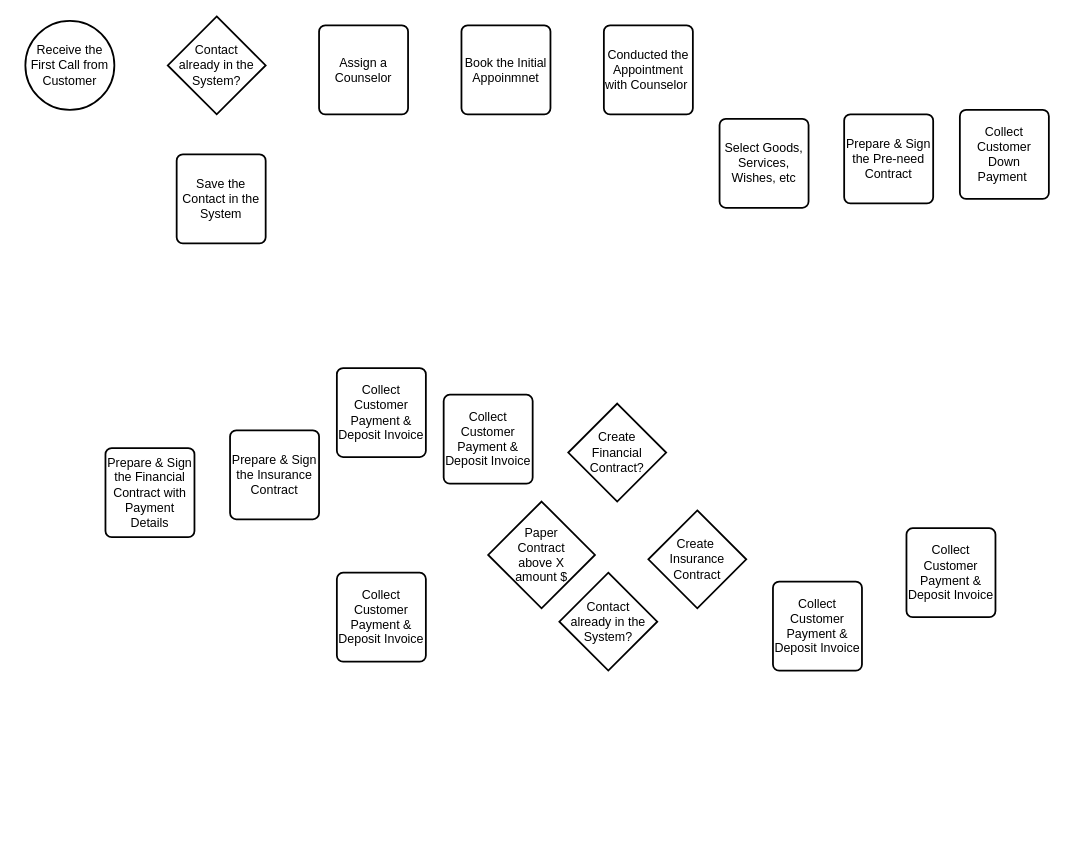
Before: Untitled Diagram.drawio in Buddhika-Pathirathna/DiagramsRepo, a draw.io diagram. Source tidied: cells renumbered, new cells numbered last; positions are measured from the earlier drawing's top-left corner, leaving out a move shared by most shapes. Both pictures are drawn from the tidied source at 89%, with x=0, y=0 at pixel (25, 16).
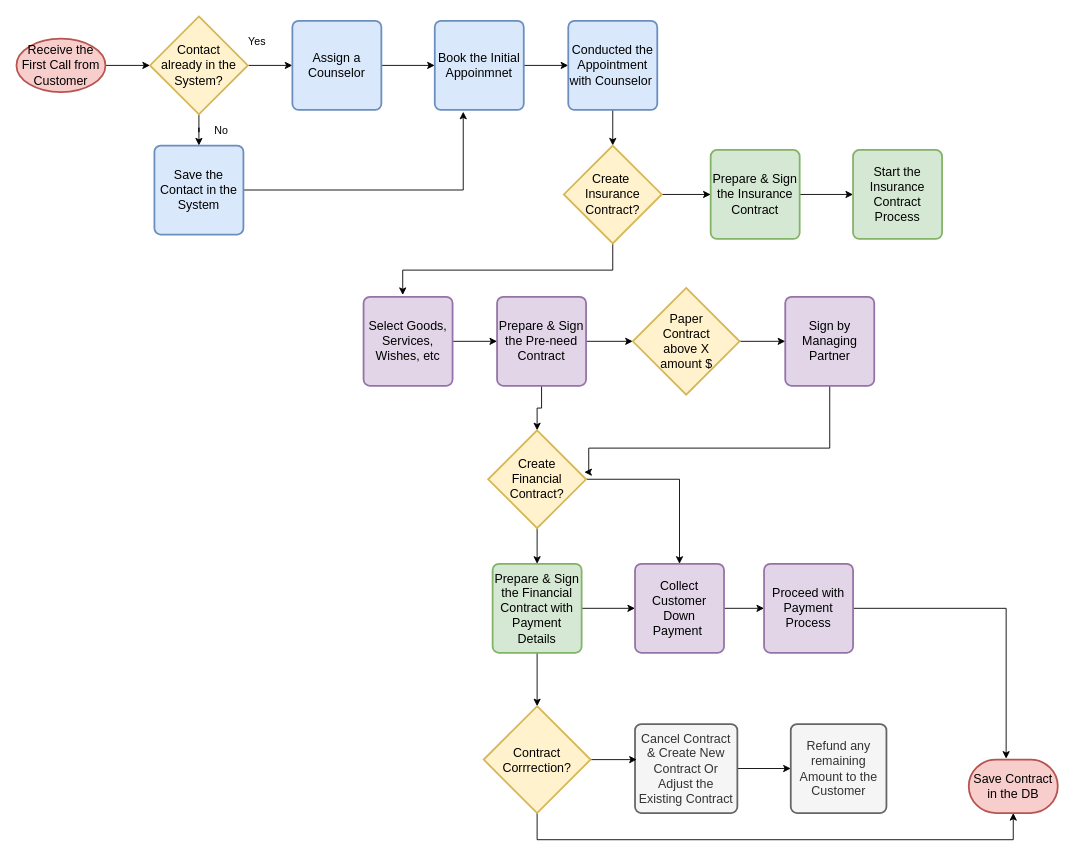
The same diagram, later.

Change to the diagram source:
```diff
@@
+    <mxCell id="22" style="edgeStyle=orthogonalEdgeStyle;rounded=0;jettySize=auto;html=1;exitX=1;exitY=0.5;exitDx=0;exitDy=0;exitPerimeter=0;entryX=0;entryY=0.5;entryDx=0;entryDy=0;" parent="1" edge="1" source="2" target="4">
+      <mxGeometry relative="1" as="geometry" />
+    </mxCell>
+    <mxCell id="23" style="edgeStyle=orthogonalEdgeStyle;rounded=0;jettySize=auto;html=1;exitX=0.5;exitY=1;exitDx=0;exitDy=0;exitPerimeter=0;" parent="1" edge="1" source="2" target="3">
+      <mxGeometry relative="1" as="geometry" />
+    </mxCell>
-    <mxCell id="2" value="&lt;font style=&quot;font-size: 14px;&quot;&gt;Contact &lt;br&gt;already in the System?&lt;/font&gt;" style="strokeWidth=2;html=1;shape=mxgraph.flowchart.decision;whiteSpace=wrap;" parent="1" vertex="1">
-      <mxGeometry x="160" width="110" height="110" as="geometry" />
+    <mxCell id="2" value="&lt;font style=&quot;font-size: 14px;&quot;&gt;Contact &lt;br&gt;already in the System?&lt;/font&gt;" style="strokeWidth=2;html=1;shape=mxgraph.flowchart.decision;whiteSpace=wrap;fillColor=#fff2cc;strokeColor=#d6b656;" parent="1" vertex="1">
+      <mxGeometry x="140" width="110" height="110" as="geometry" />
     </mxCell>
+    <mxCell id="24" style="edgeStyle=orthogonalEdgeStyle;rounded=0;jettySize=auto;html=1;exitX=1;exitY=0.5;exitDx=0;exitDy=0;entryX=0.32;entryY=1.02;entryDx=0;entryDy=0;entryPerimeter=0;" parent="1" edge="1" source="3" target="5">
+      <mxGeometry relative="1" as="geometry" />
+    </mxCell>
-    <mxCell id="3" value="&lt;font style=&quot;font-size: 14px;&quot;&gt;Save the Contact in the System&lt;/font&gt;" style="rounded=1;whiteSpace=wrap;html=1;absoluteArcSize=1;arcSize=14;strokeWidth=2;" parent="1" vertex="1">
-      <mxGeometry x="170" y="155" width="100" height="100" as="geometry" />
+    <mxCell id="3" value="&lt;font style=&quot;font-size: 14px;&quot;&gt;Save the Contact in the System&lt;/font&gt;" style="rounded=1;whiteSpace=wrap;html=1;absoluteArcSize=1;arcSize=14;strokeWidth=2;fillColor=#dae8fc;strokeColor=#6c8ebf;" parent="1" vertex="1">
+      <mxGeometry x="145" y="145" width="100" height="100" as="geometry" />
     </mxCell>
+    <mxCell id="25" style="edgeStyle=orthogonalEdgeStyle;rounded=0;jettySize=auto;html=1;exitX=1;exitY=0.5;exitDx=0;exitDy=0;entryX=0;entryY=0.5;entryDx=0;entryDy=0;" parent="1" edge="1" source="4" target="5">
+      <mxGeometry relative="1" as="geometry" />
+    </mxCell>
-    <mxCell id="4" value="&lt;font style=&quot;font-size: 14px;&quot;&gt;Assign a Counselor&lt;/font&gt;" style="rounded=1;whiteSpace=wrap;html=1;absoluteArcSize=1;arcSize=14;strokeWidth=2;" parent="1" vertex="1">
-      <mxGeometry x="330" y="10" width="100" height="100" as="geometry" />
+    <mxCell id="4" value="&lt;font style=&quot;font-size: 14px;&quot;&gt;Assign a Counselor&lt;/font&gt;" style="rounded=1;whiteSpace=wrap;html=1;absoluteArcSize=1;arcSize=14;strokeWidth=2;fillColor=#dae8fc;strokeColor=#6c8ebf;" parent="1" vertex="1">
+      <mxGeometry x="300" y="5" width="100" height="100" as="geometry" />
     </mxCell>
+    <mxCell id="26" style="edgeStyle=orthogonalEdgeStyle;rounded=0;jettySize=auto;html=1;exitX=1;exitY=0.5;exitDx=0;exitDy=0;entryX=0;entryY=0.5;entryDx=0;entryDy=0;" parent="1" edge="1" source="5" target="6">
+      <mxGeometry relative="1" as="geometry" />
+    </mxCell>
-    <mxCell id="5" value="&lt;font style=&quot;font-size: 14px;&quot;&gt;Book the Initial Appoinmnet&lt;/font&gt;" style="rounded=1;whiteSpace=wrap;html=1;absoluteArcSize=1;arcSize=14;strokeWidth=2;" parent="1" vertex="1">
-      <mxGeometry x="490" y="10" width="100" height="100" as="geometry" />
+    <mxCell id="5" value="&lt;font style=&quot;font-size: 14px;&quot;&gt;Book the Initial Appoinmnet&lt;/font&gt;" style="rounded=1;whiteSpace=wrap;html=1;absoluteArcSize=1;arcSize=14;strokeWidth=2;fillColor=#dae8fc;strokeColor=#6c8ebf;" parent="1" vertex="1">
+      <mxGeometry x="460" y="5" width="100" height="100" as="geometry" />
     </mxCell>
+    <mxCell id="27" style="edgeStyle=orthogonalEdgeStyle;rounded=0;jettySize=auto;html=1;exitX=0.5;exitY=1;exitDx=0;exitDy=0;entryX=0.5;entryY=0;entryDx=0;entryDy=0;entryPerimeter=0;" parent="1" edge="1" source="6" target="20">
+      <mxGeometry relative="1" as="geometry" />
+    </mxCell>
-    <mxCell id="6" value="&lt;font style=&quot;font-size: 14px;&quot;&gt;Conducted the Appointment with Counselor&amp;nbsp;&lt;/font&gt;" style="rounded=1;whiteSpace=wrap;html=1;absoluteArcSize=1;arcSize=14;strokeWidth=2;" parent="1" vertex="1">
-      <mxGeometry x="650" y="10" width="100" height="100" as="geometry" />
+    <mxCell id="6" value="&lt;font style=&quot;font-size: 14px;&quot;&gt;Conducted the Appointment with Counselor&amp;nbsp;&lt;/font&gt;" style="rounded=1;whiteSpace=wrap;html=1;absoluteArcSize=1;arcSize=14;strokeWidth=2;fillColor=#dae8fc;strokeColor=#6c8ebf;" parent="1" vertex="1">
+      <mxGeometry x="610" y="5" width="100" height="100" as="geometry" />
     </mxCell>
+    <mxCell id="28" style="edgeStyle=orthogonalEdgeStyle;rounded=0;jettySize=auto;html=1;exitX=1;exitY=0.5;exitDx=0;exitDy=0;" parent="1" edge="1" source="7" target="19">
+      <mxGeometry relative="1" as="geometry" />
+    </mxCell>
+    <mxCell id="29" style="edgeStyle=orthogonalEdgeStyle;rounded=0;jettySize=auto;html=1;exitX=0.5;exitY=1;exitDx=0;exitDy=0;entryX=0.5;entryY=0;entryDx=0;entryDy=0;entryPerimeter=0;" parent="1" edge="1" source="7" target="18">
+      <mxGeometry relative="1" as="geometry" />
+    </mxCell>
-    <mxCell id="7" value="&lt;font style=&quot;font-size: 14px;&quot;&gt;Prepare &amp;amp; Sign the Pre-need Contract&lt;/font&gt;" style="rounded=1;whiteSpace=wrap;html=1;absoluteArcSize=1;arcSize=14;strokeWidth=2;" parent="1" vertex="1">
-      <mxGeometry x="920" y="110" width="100" height="100" as="geometry" />
+    <mxCell id="7" value="&lt;font style=&quot;font-size: 14px;&quot;&gt;Prepare &amp;amp; Sign the Pre-need Contract&lt;/font&gt;" style="rounded=1;whiteSpace=wrap;html=1;absoluteArcSize=1;arcSize=14;strokeWidth=2;fillColor=#e1d5e7;strokeColor=#9673a6;" parent="1" vertex="1">
+      <mxGeometry x="530" y="315" width="100" height="100" as="geometry" />
     </mxCell>
+    <mxCell id="30" style="edgeStyle=orthogonalEdgeStyle;rounded=0;jettySize=auto;html=1;exitX=1;exitY=0.5;exitDx=0;exitDy=0;entryX=0;entryY=0.5;entryDx=0;entryDy=0;" parent="1" edge="1" source="9" target="7">
+      <mxGeometry relative="1" as="geometry" />
+    </mxCell>
+    <mxCell id="9" value="&lt;font style=&quot;font-size: 14px;&quot;&gt;Select Goods, Services, Wishes, etc&lt;/font&gt;" style="rounded=1;whiteSpace=wrap;html=1;absoluteArcSize=1;arcSize=14;strokeWidth=2;fillColor=#e1d5e7;strokeColor=#9673a6;" parent="1" vertex="1">
+      <mxGeometry x="380" y="315" width="100" height="100" as="geometry" />
+    </mxCell>
+    <mxCell id="31" style="edgeStyle=orthogonalEdgeStyle;rounded=0;jettySize=auto;html=1;exitX=1;exitY=0.5;exitDx=0;exitDy=0;entryX=0;entryY=0.5;entryDx=0;entryDy=0;" parent="1" edge="1" source="10" target="50">
+      <mxGeometry relative="1" as="geometry" />
+    </mxCell>
+    <mxCell id="10" value="&lt;font style=&quot;font-size: 14px;&quot;&gt;Collect Customer Down Payment&amp;nbsp;&lt;/font&gt;" style="rounded=1;whiteSpace=wrap;html=1;absoluteArcSize=1;arcSize=14;strokeWidth=2;fillColor=#e1d5e7;strokeColor=#9673a6;" parent="1" vertex="1">
+      <mxGeometry x="685" y="615" width="100" height="100" as="geometry" />
+    </mxCell>
+    <mxCell id="32" style="edgeStyle=orthogonalEdgeStyle;rounded=0;jettySize=auto;html=1;exitX=1;exitY=0.5;exitDx=0;exitDy=0;entryX=0;entryY=0.5;entryDx=0;entryDy=0;" parent="1" edge="1" source="11" target="10">
+      <mxGeometry relative="1" as="geometry" />
+    </mxCell>
+    <mxCell id="33" style="edgeStyle=orthogonalEdgeStyle;rounded=0;jettySize=auto;html=1;exitX=0.5;exitY=1;exitDx=0;exitDy=0;entryX=0.5;entryY=0;entryDx=0;entryDy=0;entryPerimeter=0;" parent="1" edge="1" source="11" target="44">
+      <mxGeometry relative="1" as="geometry" />
+    </mxCell>
+    <mxCell id="11" value="&lt;span style=&quot;font-size: 14px;&quot;&gt;Prepare &amp;amp; Sign the Financial Contract with Payment Details&lt;/span&gt;" style="rounded=1;whiteSpace=wrap;html=1;absoluteArcSize=1;arcSize=14;strokeWidth=2;fillColor=#d5e8d4;strokeColor=#82b366;" parent="1" vertex="1">
+      <mxGeometry x="525" y="615" width="100" height="100" as="geometry" />
+    </mxCell>
+    <mxCell id="34" style="edgeStyle=orthogonalEdgeStyle;rounded=0;jettySize=auto;html=1;exitX=1;exitY=0.5;exitDx=0;exitDy=0;entryX=0;entryY=0.5;entryDx=0;entryDy=0;" parent="1" edge="1" source="12" target="46">
+      <mxGeometry relative="1" as="geometry" />
+    </mxCell>
+    <mxCell id="12" value="&lt;font style=&quot;font-size: 14px;&quot;&gt;Prepare &amp;amp; Sign the Insurance Contract&lt;/font&gt;" style="rounded=1;whiteSpace=wrap;html=1;absoluteArcSize=1;arcSize=14;strokeWidth=2;fillColor=#d5e8d4;strokeColor=#82b366;" parent="1" vertex="1">
+      <mxGeometry x="770" y="150" width="100" height="100" as="geometry" />
+    </mxCell>
+    <mxCell id="35" style="edgeStyle=orthogonalEdgeStyle;rounded=0;jettySize=auto;html=1;exitX=1;exitY=0.5;exitDx=0;exitDy=0;entryX=0;entryY=0.5;entryDx=0;entryDy=0;" parent="1" edge="1" source="15" target="45">
+      <mxGeometry relative="1" as="geometry" />
+    </mxCell>
+    <mxCell id="15" value="&lt;font style=&quot;font-size: 14px;&quot;&gt;Cancel Contract &amp;amp; Create New Contract Or Adjust the Existing Contract&lt;/font&gt;" style="rounded=1;whiteSpace=wrap;html=1;absoluteArcSize=1;arcSize=14;strokeWidth=2;fillColor=#f5f5f5;fontColor=#333333;strokeColor=#666666;" parent="1" vertex="1">
+      <mxGeometry x="685" y="795" width="115" height="100" as="geometry" />
+    </mxCell>
+    <mxCell id="36" style="edgeStyle=orthogonalEdgeStyle;rounded=0;jettySize=auto;html=1;exitX=0.5;exitY=1;exitDx=0;exitDy=0;entryX=0.982;entryY=0.427;entryDx=0;entryDy=0;entryPerimeter=0;" parent="1" edge="1" source="16" target="18">
+      <mxGeometry relative="1" as="geometry">
+        <Array as="points">
+          <mxPoint x="904" y="485" />
+          <mxPoint x="633" y="485" />
+        </Array>
+      </mxGeometry>
+    </mxCell>
+    <mxCell id="16" value="&lt;font style=&quot;font-size: 14px;&quot;&gt;Sign by Managing Partner&lt;/font&gt;" style="rounded=1;whiteSpace=wrap;html=1;absoluteArcSize=1;arcSize=14;strokeWidth=2;fillColor=#e1d5e7;strokeColor=#9673a6;" parent="1" vertex="1">
+      <mxGeometry x="853.8" y="315" width="100" height="100" as="geometry" />
+    </mxCell>
+    <mxCell id="37" style="edgeStyle=orthogonalEdgeStyle;rounded=0;jettySize=auto;html=1;exitX=0.5;exitY=1;exitDx=0;exitDy=0;exitPerimeter=0;entryX=0.5;entryY=0;entryDx=0;entryDy=0;" parent="1" edge="1" source="18" target="11">
+      <mxGeometry relative="1" as="geometry" />
+    </mxCell>
+    <mxCell id="38" style="edgeStyle=orthogonalEdgeStyle;rounded=0;jettySize=auto;html=1;exitX=1;exitY=0.5;exitDx=0;exitDy=0;exitPerimeter=0;entryX=0.5;entryY=0;entryDx=0;entryDy=0;" parent="1" edge="1" source="18" target="10">
+      <mxGeometry relative="1" as="geometry" />
+    </mxCell>
+    <mxCell id="18" value="&lt;span style=&quot;font-size: 14px;&quot;&gt;Create &lt;br&gt;Financial Contract?&lt;/span&gt;" style="strokeWidth=2;html=1;shape=mxgraph.flowchart.decision;whiteSpace=wrap;fillColor=#fff2cc;strokeColor=#d6b656;" parent="1" vertex="1">
+      <mxGeometry x="520" y="465" width="110" height="110" as="geometry" />
+    </mxCell>
+    <mxCell id="39" style="edgeStyle=orthogonalEdgeStyle;rounded=0;jettySize=auto;html=1;exitX=1;exitY=0.5;exitDx=0;exitDy=0;exitPerimeter=0;entryX=0;entryY=0.5;entryDx=0;entryDy=0;" parent="1" edge="1" source="19" target="16">
+      <mxGeometry relative="1" as="geometry" />
+    </mxCell>
+    <mxCell id="19" value="&lt;font style=&quot;font-size: 14px;&quot;&gt;Paper &lt;br&gt;Contract&lt;br&gt;above X&lt;br&gt;amount $&lt;/font&gt;" style="strokeWidth=2;html=1;shape=mxgraph.flowchart.decision;whiteSpace=wrap;fillColor=#fff2cc;strokeColor=#d6b656;" parent="1" vertex="1">
+      <mxGeometry x="682.5" y="305" width="120" height="120" as="geometry" />
+    </mxCell>
+    <mxCell id="40" style="edgeStyle=orthogonalEdgeStyle;rounded=0;jettySize=auto;html=1;exitX=1;exitY=0.5;exitDx=0;exitDy=0;exitPerimeter=0;entryX=0;entryY=0.5;entryDx=0;entryDy=0;" parent="1" edge="1" source="20" target="12">
+      <mxGeometry relative="1" as="geometry" />
+    </mxCell>
+    <mxCell id="41" style="edgeStyle=orthogonalEdgeStyle;rounded=0;jettySize=auto;html=1;exitX=0.5;exitY=1;exitDx=0;exitDy=0;exitPerimeter=0;entryX=0.44;entryY=-0.02;entryDx=0;entryDy=0;entryPerimeter=0;" parent="1" edge="1" source="20" target="9">
+      <mxGeometry relative="1" as="geometry" />
+    </mxCell>
+    <mxCell id="20" value="&lt;font style=&quot;font-size: 14px;&quot;&gt;Create&amp;nbsp;&lt;br&gt;Insurance Contract?&lt;/font&gt;" style="strokeWidth=2;html=1;shape=mxgraph.flowchart.decision;whiteSpace=wrap;fillColor=#fff2cc;strokeColor=#d6b656;" parent="1" vertex="1">
+      <mxGeometry x="605" y="145" width="110" height="110" as="geometry" />
+    </mxCell>
+    <mxCell id="42" style="edgeStyle=orthogonalEdgeStyle;rounded=0;jettySize=auto;html=1;exitX=1;exitY=0.5;exitDx=0;exitDy=0;exitPerimeter=0;entryX=0.017;entryY=0.4;entryDx=0;entryDy=0;entryPerimeter=0;" parent="1" edge="1" source="44" target="15">
+      <mxGeometry relative="1" as="geometry" />
+    </mxCell>
+    <mxCell id="43" style="edgeStyle=orthogonalEdgeStyle;rounded=0;jettySize=auto;html=1;exitX=0.5;exitY=1;exitDx=0;exitDy=0;exitPerimeter=0;entryX=0.5;entryY=1;entryDx=0;entryDy=0;entryPerimeter=0;" parent="1" edge="1" source="44" target="48">
+      <mxGeometry relative="1" as="geometry">
+        <Array as="points">
+          <mxPoint x="575" y="925" />
+          <mxPoint x="1110" y="925" />
+        </Array>
+      </mxGeometry>
+    </mxCell>
+    <mxCell id="44" value="&lt;span style=&quot;font-size: 14px;&quot;&gt;Contract Corrrection?&lt;/span&gt;" style="strokeWidth=2;html=1;shape=mxgraph.flowchart.decision;whiteSpace=wrap;fillColor=#fff2cc;strokeColor=#d6b656;" parent="1" vertex="1">
+      <mxGeometry x="515" y="775" width="120" height="120" as="geometry" />
+    </mxCell>
+    <mxCell id="45" value="&lt;font style=&quot;font-size: 14px;&quot;&gt;Refund any remaining Amount to the Customer&lt;/font&gt;" style="rounded=1;whiteSpace=wrap;html=1;absoluteArcSize=1;arcSize=14;strokeWidth=2;fillColor=#f5f5f5;fontColor=#333333;strokeColor=#666666;" parent="1" vertex="1">
+      <mxGeometry x="860" y="795" width="107.5" height="100" as="geometry" />
+    </mxCell>
+    <mxCell id="46" value="&lt;font style=&quot;font-size: 14px;&quot;&gt;Start the Insurance Contract Process&lt;/font&gt;" style="rounded=1;whiteSpace=wrap;html=1;absoluteArcSize=1;arcSize=14;strokeWidth=2;fillColor=#d5e8d4;strokeColor=#82b366;" parent="1" vertex="1">
+      <mxGeometry x="930" y="150" width="100" height="100" as="geometry" />
+    </mxCell>
+    <mxCell id="47" style="edgeStyle=orthogonalEdgeStyle;rounded=0;jettySize=auto;html=1;exitX=1;exitY=0.5;exitDx=0;exitDy=0;exitPerimeter=0;entryX=0;entryY=0.5;entryDx=0;entryDy=0;entryPerimeter=0;" parent="1" edge="1" source="8" target="2">
+      <mxGeometry relative="1" as="geometry" />
+    </mxCell>
-    <mxCell id="8" value="&lt;font style=&quot;font-size: 14px;&quot;&gt;Receive the First Call from Customer&lt;/font&gt;" style="strokeWidth=2;html=1;shape=mxgraph.flowchart.start_2;whiteSpace=wrap;" parent="1" vertex="1">
-      <mxGeometry y="5" width="100" height="100" as="geometry" />
+    <mxCell id="8" value="&lt;font style=&quot;font-size: 14px;&quot;&gt;Receive the First Call from Customer&lt;/font&gt;" style="strokeWidth=2;html=1;shape=mxgraph.flowchart.start_1;whiteSpace=wrap;fillColor=#f8cecc;strokeColor=#b85450;" parent="1" vertex="1">
+      <mxGeometry x="-10" y="25" width="100" height="60" as="geometry" />
     </mxCell>
-    <mxCell id="9" value="&lt;font style=&quot;font-size: 14px;&quot;&gt;Select Goods, Services, Wishes, etc&lt;/font&gt;" style="rounded=1;whiteSpace=wrap;html=1;absoluteArcSize=1;arcSize=14;strokeWidth=2;" parent="1" vertex="1">
-      <mxGeometry x="780" y="115" width="100" height="100" as="geometry" />
-    </mxCell>
-    <mxCell id="10" value="&lt;font style=&quot;font-size: 14px;&quot;&gt;Collect Customer Down Payment&amp;nbsp;&lt;/font&gt;" style="rounded=1;whiteSpace=wrap;html=1;absoluteArcSize=1;arcSize=14;strokeWidth=2;" parent="1" vertex="1">
-      <mxGeometry x="1050" y="105" width="100" height="100" as="geometry" />
-    </mxCell>
-    <mxCell id="11" value="&lt;span style=&quot;font-size: 14px;&quot;&gt;Prepare &amp;amp; Sign the Financial Contract with Payment Details&lt;/span&gt;" style="rounded=1;whiteSpace=wrap;html=1;absoluteArcSize=1;arcSize=14;strokeWidth=2;" parent="1" vertex="1">
-      <mxGeometry x="90" y="485" width="100" height="100" as="geometry" />
-    </mxCell>
-    <mxCell id="12" value="&lt;font style=&quot;font-size: 14px;&quot;&gt;Prepare &amp;amp; Sign the Insurance Contract&lt;/font&gt;" style="rounded=1;whiteSpace=wrap;html=1;absoluteArcSize=1;arcSize=14;strokeWidth=2;" parent="1" vertex="1">
-      <mxGeometry x="230" y="465" width="100" height="100" as="geometry" />
-    </mxCell>
-    <mxCell id="13" value="&lt;font style=&quot;font-size: 14px;&quot;&gt;Collect Customer Payment &amp;amp; Deposit Invoice&lt;/font&gt;" style="rounded=1;whiteSpace=wrap;html=1;absoluteArcSize=1;arcSize=14;strokeWidth=2;" parent="1" vertex="1">
-      <mxGeometry x="350" y="395" width="100" height="100" as="geometry" />
-    </mxCell>
-    <mxCell id="14" value="&lt;font style=&quot;font-size: 14px;&quot;&gt;Collect Customer Payment &amp;amp; Deposit Invoice&lt;/font&gt;" style="rounded=1;whiteSpace=wrap;html=1;absoluteArcSize=1;arcSize=14;strokeWidth=2;" parent="1" vertex="1">
-      <mxGeometry x="470" y="425" width="100" height="100" as="geometry" />
-    </mxCell>
-    <mxCell id="15" value="&lt;font style=&quot;font-size: 14px;&quot;&gt;Collect Customer Payment &amp;amp; Deposit Invoice&lt;/font&gt;" style="rounded=1;whiteSpace=wrap;html=1;absoluteArcSize=1;arcSize=14;strokeWidth=2;" parent="1" vertex="1">
-      <mxGeometry x="350" y="625" width="100" height="100" as="geometry" />
-    </mxCell>
-    <mxCell id="16" value="&lt;font style=&quot;font-size: 14px;&quot;&gt;Collect Customer Payment &amp;amp; Deposit Invoice&lt;/font&gt;" style="rounded=1;whiteSpace=wrap;html=1;absoluteArcSize=1;arcSize=14;strokeWidth=2;" parent="1" vertex="1">
-      <mxGeometry x="840" y="635" width="100" height="100" as="geometry" />
-    </mxCell>
-    <mxCell id="17" value="&lt;font style=&quot;font-size: 14px;&quot;&gt;Collect Customer Payment &amp;amp; Deposit Invoice&lt;/font&gt;" style="rounded=1;whiteSpace=wrap;html=1;absoluteArcSize=1;arcSize=14;strokeWidth=2;" parent="1" vertex="1">
-      <mxGeometry x="990" y="575" width="100" height="100" as="geometry" />
-    </mxCell>
-    <mxCell id="18" value="&lt;span style=&quot;font-size: 14px;&quot;&gt;Create &lt;br&gt;Financial Contract?&lt;/span&gt;" style="strokeWidth=2;html=1;shape=mxgraph.flowchart.decision;whiteSpace=wrap;" parent="1" vertex="1">
-      <mxGeometry x="610" y="435" width="110" height="110" as="geometry" />
-    </mxCell>
-    <mxCell id="19" value="&lt;font style=&quot;font-size: 14px;&quot;&gt;Paper &lt;br&gt;Contract&lt;br&gt;above X&lt;br&gt;amount $&lt;/font&gt;" style="strokeWidth=2;html=1;shape=mxgraph.flowchart.decision;whiteSpace=wrap;" parent="1" vertex="1">
-      <mxGeometry x="520" y="545" width="120" height="120" as="geometry" />
-    </mxCell>
-    <mxCell id="20" value="&lt;font style=&quot;font-size: 14px;&quot;&gt;Create&amp;nbsp;&lt;br&gt;Insurance Contract&lt;/font&gt;" style="strokeWidth=2;html=1;shape=mxgraph.flowchart.decision;whiteSpace=wrap;" parent="1" vertex="1">
-      <mxGeometry x="700" y="555" width="110" height="110" as="geometry" />
-    </mxCell>
-    <mxCell id="21" value="&lt;font style=&quot;font-size: 14px;&quot;&gt;Contact &lt;br&gt;already in the System?&lt;/font&gt;" style="strokeWidth=2;html=1;shape=mxgraph.flowchart.decision;whiteSpace=wrap;" parent="1" vertex="1">
-      <mxGeometry x="600" y="625" width="110" height="110" as="geometry" />
-    </mxCell>
+    <mxCell id="48" value="&lt;font style=&quot;font-size: 14px;&quot;&gt;Save Contract in the DB&lt;/font&gt;" style="strokeWidth=2;html=1;shape=mxgraph.flowchart.terminator;whiteSpace=wrap;fillColor=#f8cecc;strokeColor=#b85450;" parent="1" vertex="1">
+      <mxGeometry x="1060" y="835" width="100" height="60" as="geometry" />
+    </mxCell>
+    <mxCell id="49" style="edgeStyle=orthogonalEdgeStyle;rounded=0;jettySize=auto;html=1;exitX=1;exitY=0.5;exitDx=0;exitDy=0;entryX=0.42;entryY=-0.017;entryDx=0;entryDy=0;entryPerimeter=0;" parent="1" edge="1" source="50" target="48">
+      <mxGeometry relative="1" as="geometry" />
+    </mxCell>
+    <mxCell id="50" value="&lt;font style=&quot;font-size: 14px;&quot;&gt;Proceed with Payment Process&lt;/font&gt;" style="rounded=1;whiteSpace=wrap;html=1;absoluteArcSize=1;arcSize=14;strokeWidth=2;fillColor=#e1d5e7;strokeColor=#9673a6;" parent="1" vertex="1">
+      <mxGeometry x="830" y="615" width="100" height="100" as="geometry" />
+    </mxCell>
+    <mxCell id="51" value="Yes" style="text;html=1;align=center;verticalAlign=middle;strokeColor=none;fillColor=none;" parent="1" vertex="1">
+      <mxGeometry x="240" y="13" width="40" height="30" as="geometry" />
+    </mxCell>
+    <mxCell id="52" value="No" style="text;html=1;align=center;verticalAlign=middle;strokeColor=none;fillColor=none;" parent="1" vertex="1">
+      <mxGeometry x="200" y="113" width="40" height="30" as="geometry" />
+    </mxCell>
```
